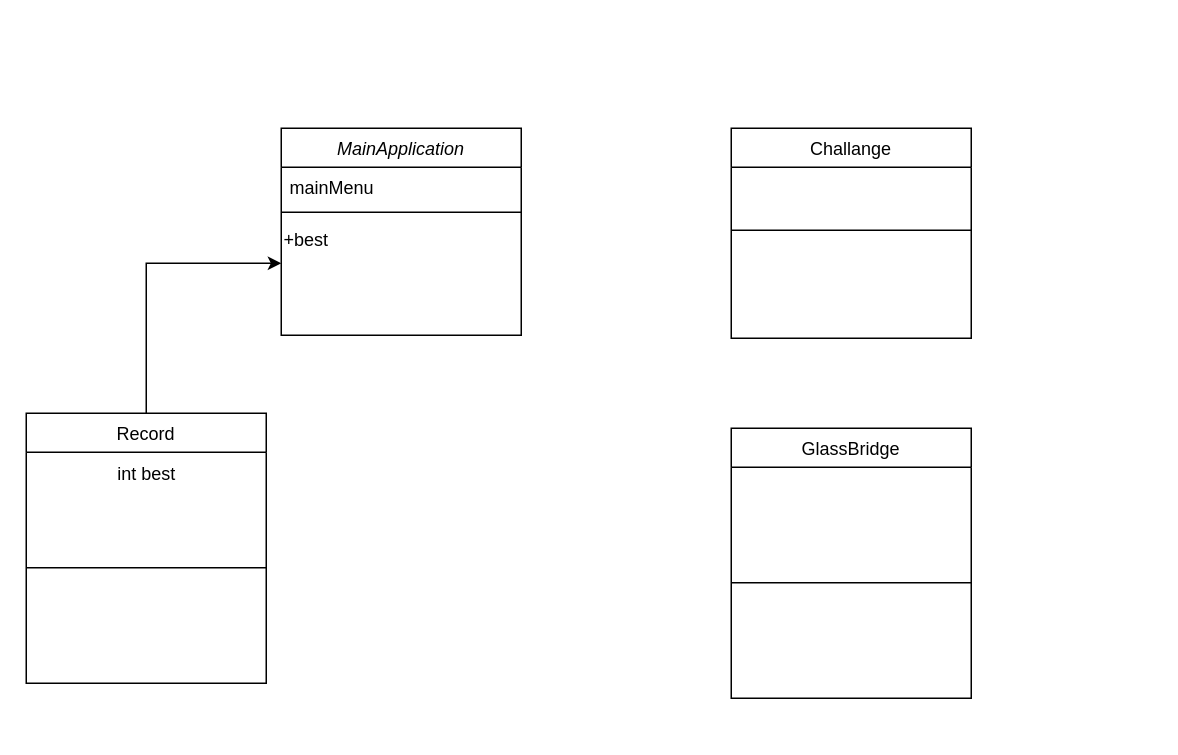
This is glassbridge.drawio from JinhoYeom/project-first-glassbridge, a draw.io file, before an edit. Source tidied: cells renumbered, new cells numbered last; positions are measured from the earlier drawing's top-left corner, leaving out a move shared by most shapes. Both pictures are drawn from the tidied source at 150%, with x=0, y=0 at pixel (26, 128).
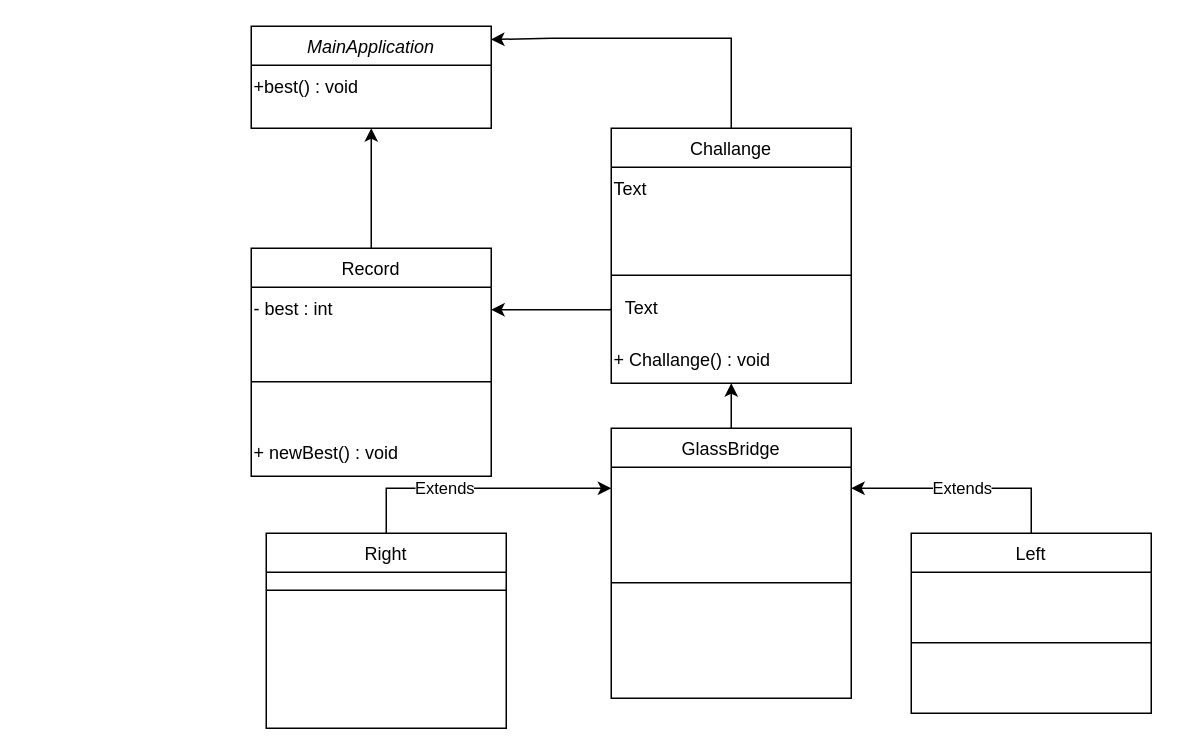
The same page after the edit.

Change to the diagram source:
```diff
@@
     <mxCell id="2" value="MainApplication" style="swimlane;fontStyle=2;align=center;verticalAlign=top;horizontal=1;startSize=26;rounded=0;shadow=0;strokeWidth=1;" parent="1" vertex="1">
-      <mxGeometry x="170" width="160" height="138" as="geometry" />
+      <mxGeometry x="150" y="-68" width="160" height="68" as="geometry" />
     </mxCell>
-    <mxCell id="3" value="mainMenu" style="text;align=left;verticalAlign=top;spacingLeft=4;spacingRight=4;overflow=hidden;" parent="2" vertex="1">
-      <mxGeometry y="26" width="160" height="26" as="geometry" />
-    </mxCell>
-    <mxCell id="4" style="line;html=1;strokeWidth=1;align=left;verticalAlign=middle;spacingTop=-1;spacingLeft=3;spacingRight=3;labelPosition=right;" parent="2" vertex="1">
-      <mxGeometry y="52" width="160" height="8" as="geometry" />
-    </mxCell>
-    <mxCell id="5" value="+best" style="text;html=1;align=left;verticalAlign=middle;strokeColor=none;fillColor=none;" parent="2" vertex="1">
-      <mxGeometry y="60" width="160" height="30" as="geometry" />
+    <mxCell id="5" value="+best() : void" style="text;html=1;align=left;verticalAlign=middle;strokeColor=none;fillColor=none;" parent="2" vertex="1">
+      <mxGeometry y="26" width="160" height="30" as="geometry" />
     </mxCell>
+    <mxCell id="14" style="edgeStyle=orthogonalEdgeStyle;rounded=0;jettySize=auto;html=1;entryX=0.5;entryY=1;entryDx=0;entryDy=0;" parent="1" edge="1" source="6" target="2">
+      <mxGeometry relative="1" as="geometry" />
+    </mxCell>
     <mxCell id="6" value="Record" style="swimlane;fontStyle=0;align=center;verticalAlign=top;horizontal=1;startSize=26;rounded=0;shadow=0;strokeWidth=1;" parent="1" vertex="1">
-      <mxGeometry y="190" width="160" height="180" as="geometry" />
+      <mxGeometry x="150" y="80" width="160" height="152" as="geometry" />
     </mxCell>
-    <mxCell id="7" value="int best" style="text;html=1;align=center;verticalAlign=middle;points=[];strokeColor=none;fillColor=none;" parent="6" vertex="1">
+    <mxCell id="7" value="- best : int" style="text;html=1;align=left;verticalAlign=middle;points=[];strokeColor=none;fillColor=none;" parent="6" vertex="1">
       <mxGeometry y="26" width="160" height="30" as="geometry" />
     </mxCell>
     <mxCell id="8" style="line;html=1;strokeWidth=1;align=left;verticalAlign=middle;spacingTop=-1;spacingLeft=3;spacingRight=3;labelPosition=right;" parent="6" vertex="1">
-      <mxGeometry y="56" width="160" height="94" as="geometry" />
+      <mxGeometry y="56" width="160" height="66" as="geometry" />
     </mxCell>
+    <mxCell id="15" value="+ newBest() : void" style="text;html=1;align=left;verticalAlign=middle;strokeColor=none;fillColor=none;" parent="6" vertex="1">
+      <mxGeometry y="122" width="160" height="30" as="geometry" />
+    </mxCell>
+    <mxCell id="16" style="edgeStyle=orthogonalEdgeStyle;rounded=0;jettySize=auto;html=1;entryX=0.999;entryY=0.13;entryDx=0;entryDy=0;entryPerimeter=0;" parent="1" edge="1" source="9" target="2">
+      <mxGeometry relative="1" as="geometry">
+        <Array as="points">
+          <mxPoint x="470" y="-60" />
+          <mxPoint x="350" y="-60" />
+        </Array>
+      </mxGeometry>
+    </mxCell>
     <mxCell id="9" value="Challange" style="swimlane;fontStyle=0;align=center;verticalAlign=top;horizontal=1;startSize=26;rounded=0;shadow=0;strokeWidth=1;" parent="1" vertex="1">
-      <mxGeometry x="470" width="160" height="140" as="geometry" />
+      <mxGeometry x="390" width="160" height="170" as="geometry" />
     </mxCell>
+    <mxCell id="17" value="Text" style="text;html=1;align=left;verticalAlign=middle;strokeColor=none;fillColor=none;" parent="9" vertex="1">
+      <mxGeometry y="26" width="160" height="30" as="geometry" />
+    </mxCell>
     <mxCell id="10" style="line;html=1;strokeWidth=1;align=left;verticalAlign=middle;spacingTop=-1;spacingLeft=3;spacingRight=3;labelPosition=right;" parent="9" vertex="1">
-      <mxGeometry y="26" width="160" height="84" as="geometry" />
+      <mxGeometry y="56" width="160" height="84" as="geometry" />
     </mxCell>
+    <mxCell id="18" value="+ Challange() : void" style="text;html=1;align=left;verticalAlign=middle;strokeColor=none;fillColor=none;" parent="9" vertex="1">
+      <mxGeometry y="140" width="160" height="30" as="geometry" />
+    </mxCell>
+    <mxCell id="19" style="edgeStyle=orthogonalEdgeStyle;rounded=0;jettySize=auto;html=1;entryX=0.5;entryY=1;entryDx=0;entryDy=0;" parent="1" edge="1" source="11" target="9">
+      <mxGeometry relative="1" as="geometry" />
+    </mxCell>
     <mxCell id="11" value="GlassBridge" style="swimlane;fontStyle=0;align=center;verticalAlign=top;horizontal=1;startSize=26;rounded=0;shadow=0;strokeWidth=1;" parent="1" vertex="1">
-      <mxGeometry x="470" y="200" width="160" height="180" as="geometry" />
+      <mxGeometry x="390" y="200" width="160" height="180" as="geometry" />
     </mxCell>
@@
-    <mxCell id="13" style="edgeStyle=orthogonalEdgeStyle;rounded=0;jettySize=auto;html=1;exitX=0.5;exitY=0;exitDx=0;exitDy=0;" parent="1" edge="1" source="6">
-      <mxGeometry relative="1" as="geometry">
-        <mxPoint x="170" y="90" as="targetPoint" />
-        <Array as="points">
-          <mxPoint x="80" y="90" />
-        </Array>
-      </mxGeometry>
-    </mxCell>
+    <mxCell id="20" style="edgeStyle=orthogonalEdgeStyle;rounded=0;jettySize=auto;html=1;exitX=0.5;exitY=0;exitDx=0;exitDy=0;" parent="1" edge="1" source="22">
+      <mxGeometry relative="1" as="geometry">
+        <mxPoint x="550" y="240" as="targetPoint" />
+        <Array as="points">
+          <mxPoint x="670" y="240" />
+          <mxPoint x="550" y="240" />
+        </Array>
+      </mxGeometry>
+    </mxCell>
+    <mxCell id="21" value="Extends" style="edgeLabel;html=1;align=center;verticalAlign=middle;" parent="20" vertex="1">
+      <mxGeometry x="0.02" y="-1" relative="1" as="geometry" />
+    </mxCell>
+    <mxCell id="22" value="Left" style="swimlane;fontStyle=0;align=center;verticalAlign=top;horizontal=1;startSize=26;rounded=0;shadow=0;strokeWidth=1;" parent="1" vertex="1">
+      <mxGeometry x="590" y="270" width="160" height="120" as="geometry" />
+    </mxCell>
+    <mxCell id="23" style="line;html=1;strokeWidth=1;align=left;verticalAlign=middle;spacingTop=-1;spacingLeft=3;spacingRight=3;labelPosition=right;" parent="22" vertex="1">
+      <mxGeometry y="26" width="160" height="94" as="geometry" />
+    </mxCell>
+    <mxCell id="24" style="edgeStyle=orthogonalEdgeStyle;rounded=0;jettySize=auto;html=1;exitX=0.5;exitY=0;exitDx=0;exitDy=0;" parent="1" edge="1" source="26">
+      <mxGeometry relative="1" as="geometry">
+        <mxPoint x="390" y="240" as="targetPoint" />
+        <Array as="points">
+          <mxPoint x="240" y="240" />
+        </Array>
+      </mxGeometry>
+    </mxCell>
+    <mxCell id="25" value="Extends" style="edgeLabel;html=1;align=center;verticalAlign=middle;" parent="24" vertex="1">
+      <mxGeometry x="-0.24" y="1" relative="1" as="geometry" />
+    </mxCell>
+    <mxCell id="26" value="Right" style="swimlane;fontStyle=0;align=center;verticalAlign=top;horizontal=1;startSize=26;rounded=0;shadow=0;strokeWidth=1;" parent="1" vertex="1">
+      <mxGeometry x="160" y="270" width="160" height="130" as="geometry" />
+    </mxCell>
+    <mxCell id="27" style="line;html=1;strokeWidth=1;align=left;verticalAlign=middle;spacingTop=-1;spacingLeft=3;spacingRight=3;labelPosition=right;" parent="26" vertex="1">
+      <mxGeometry y="26" width="160" height="24" as="geometry" />
+    </mxCell>
+    <mxCell id="28" style="edgeStyle=orthogonalEdgeStyle;rounded=0;jettySize=auto;html=1;" parent="1" edge="1" target="7">
+      <mxGeometry relative="1" as="geometry">
+        <mxPoint x="390" y="120" as="sourcePoint" />
+        <Array as="points">
+          <mxPoint x="390" y="121" />
+        </Array>
+      </mxGeometry>
+    </mxCell>
+    <mxCell id="29" value="Text" style="text;html=1;align=center;verticalAlign=middle;strokeColor=none;fillColor=none;" parent="1" vertex="1">
+      <mxGeometry x="385" y="105" width="50" height="30" as="geometry" />
+    </mxCell>
```
